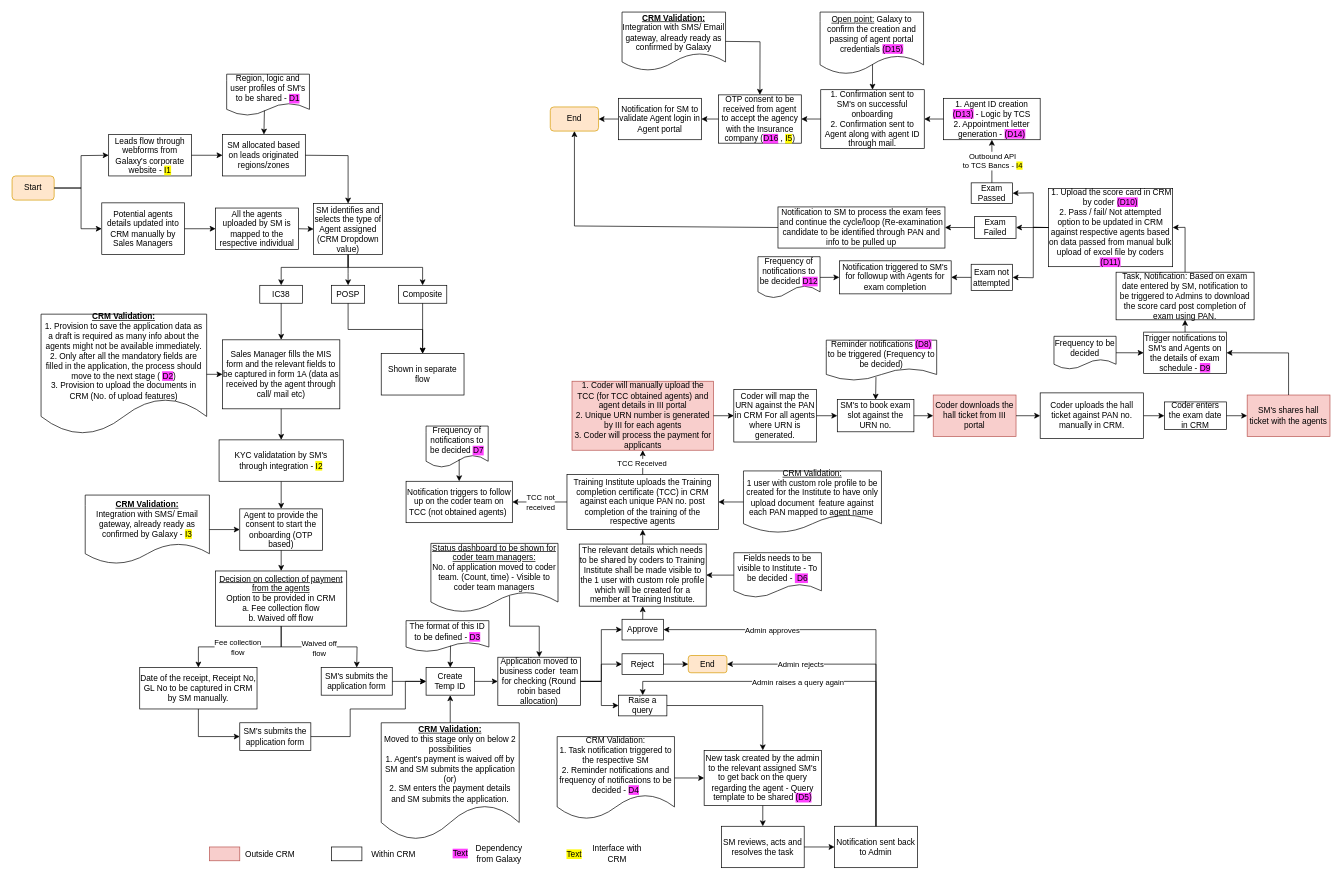
Above: Agent Onboarding IC38.drawio in shaileshsreedar/Galaxy (draw.io), before the change. Source tidied: cells renumbered, new cells numbered last; positions are measured from the earlier drawing's top-left corner, leaving out a move shared by most shapes. Both pictures are drawn from the tidied source at 69%, with x=0, y=0 at pixel (12, 12).
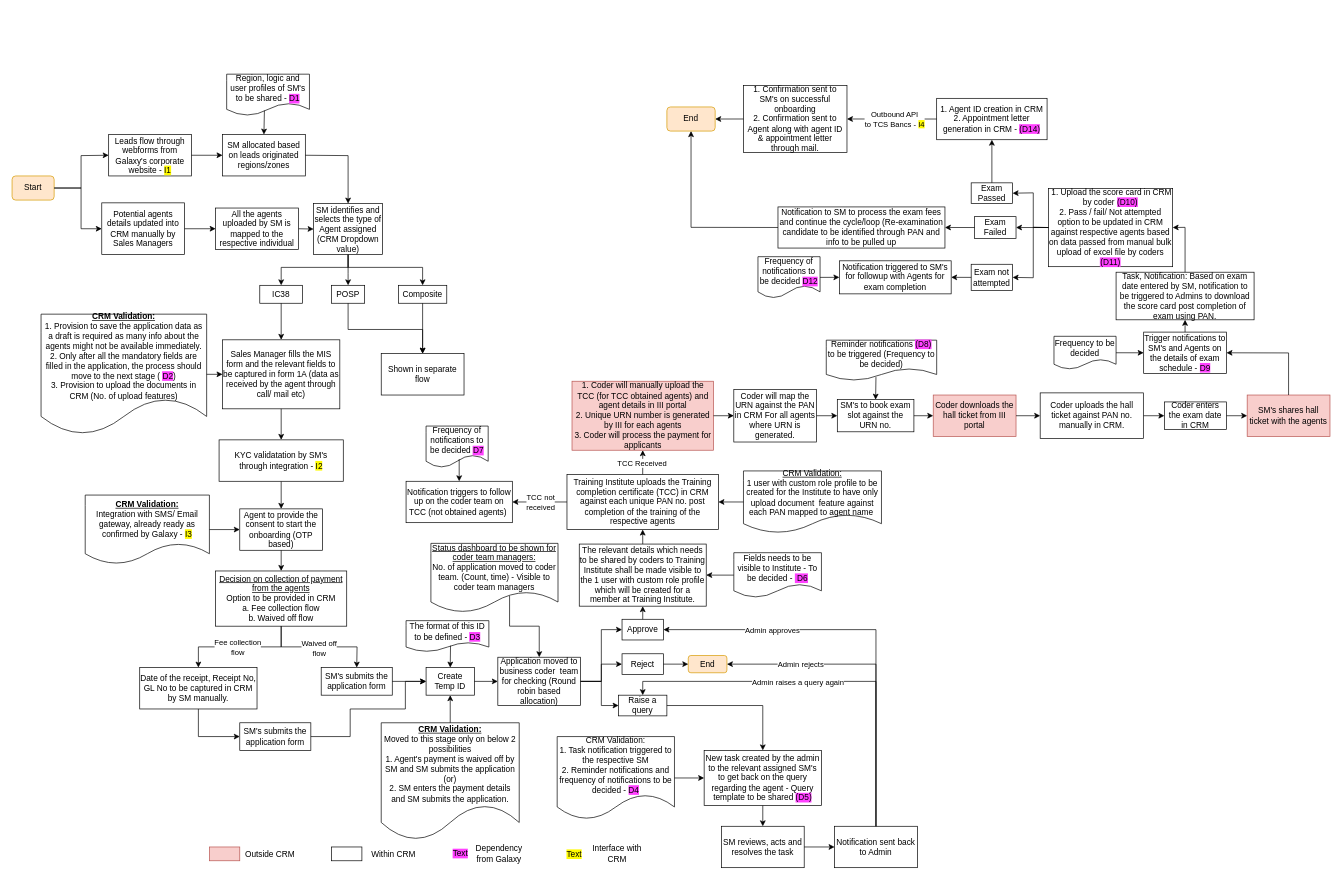
Above is the later version.

The change refers to these unchanged cells:
```xml
<mxCell id="92" value="Notification to SM to process the exam fees and continue the cycle/loop (Re-examination candidate to be identified through PAN and info to be pulled up" style="rounded=0;whiteSpace=wrap;html=1;" parent="1" vertex="1">
  <mxGeometry x="1110" y="282.4" width="242" height="59.6" as="geometry" />
</mxCell>
<mxCell id="99" style="endArrow=classic;html=1;rounded=0;exitX=0;exitY=0.5;exitDx=0;exitDy=0;entryX=1;entryY=0.5;entryDx=0;entryDy=0;" parent="1" edge="1" source="88" target="89">
  <mxGeometry relative="1" as="geometry" />
</mxCell>
<mxCell id="140" style="endArrow=classic;html=1;rounded=0;exitX=0.5;exitY=0;exitDx=0;exitDy=0;entryX=0.5;entryY=1;entryDx=0;entryDy=0;" parent="1" edge="1" source="85" target="88">
  <mxGeometry relative="1" as="geometry" />
</mxCell>
```

Change to the diagram source:
```diff
@@
-    <mxCell id="9" style="endArrow=classic;html=1;rounded=0;exitX=0;exitY=0.5;exitDx=0;exitDy=0;entryX=1;entryY=0.5;entryDx=0;entryDy=0;" parent="1" edge="1" source="90" target="13">
-      <mxGeometry relative="1" as="geometry" />
-    </mxCell>
@@
     <mxCell id="13" value="End" style="rounded=1;whiteSpace=wrap;html=1;fillColor=#ffe6cc;strokeColor=#d79b00;" parent="1" vertex="1">
-      <mxGeometry x="780" y="137.5" width="70" height="35" as="geometry" />
+      <mxGeometry x="949" y="137.5" width="70" height="35" as="geometry" />
     </mxCell>
@@
-    <mxCell id="88" value="1. Agent ID creation &lt;span style=&quot;background-color: rgb(255, 64, 255);&quot;&gt;(D13)&lt;/span&gt; - Logic by TCS&lt;div&gt;2. Appointment letter generation - &lt;span style=&quot;background-color: rgb(255, 64, 255);&quot;&gt;(D14)&lt;/span&gt;&lt;/div&gt;" style="rounded=0;whiteSpace=wrap;html=1;" parent="1" vertex="1">
-      <mxGeometry x="1350" y="125" width="140" height="60" as="geometry" />
+    <mxCell id="88" value="1. Agent ID creation in CRM&lt;div&gt;2. Appointment letter generation in CRM - &lt;span style=&quot;background-color: rgb(255, 64, 255);&quot;&gt;(D14)&lt;/span&gt;&lt;/div&gt;" style="rounded=0;whiteSpace=wrap;html=1;" parent="1" vertex="1">
+      <mxGeometry x="1340" y="125" width="160" height="60" as="geometry" />
     </mxCell>
-    <mxCell id="89" value="1. Confirmation sent to SM's on successful onboarding&lt;div&gt;2. Confirmation sent to Agent along with agent ID through mail.&lt;/div&gt;" style="rounded=0;whiteSpace=wrap;html=1;" parent="1" vertex="1">
-      <mxGeometry x="1172" y="112.5" width="150" height="85" as="geometry" />
+    <mxCell id="89" value="1. Confirmation sent to SM's on successful onboarding&lt;div&gt;2. Confirmation sent to Agent along with agent ID &amp;amp; appointment letter through mail.&lt;/div&gt;" style="rounded=0;whiteSpace=wrap;html=1;" parent="1" vertex="1">
+      <mxGeometry x="1060" y="106.2" width="150" height="97.5" as="geometry" />
     </mxCell>
-    <mxCell id="90" value="Notification for SM to validate Agent login in Agent portal" style="rounded=0;whiteSpace=wrap;html=1;" parent="1" vertex="1">
-      <mxGeometry x="879" y="125" width="120" height="60" as="geometry" />
-    </mxCell>
-    <mxCell id="91" style="endArrow=classic;html=1;rounded=0;exitX=0;exitY=0.5;exitDx=0;exitDy=0;entryX=1;entryY=0.5;entryDx=0;entryDy=0;" parent="1" edge="1" source="89" target="100">
+    <mxCell id="91" style="endArrow=classic;html=1;rounded=0;exitX=0;exitY=0.5;exitDx=0;exitDy=0;entryX=1;entryY=0.5;entryDx=0;entryDy=0;" parent="1" edge="1" source="89" target="13">
       <mxGeometry relative="1" as="geometry" />
     </mxCell>
@@
     <mxCell id="94" style="endArrow=classic;html=1;rounded=0;exitX=0;exitY=0.5;exitDx=0;exitDy=0;entryX=0.5;entryY=1;entryDx=0;entryDy=0;" parent="1" edge="1" source="92" target="13">
       <mxGeometry relative="1" as="geometry">
         <Array as="points">
-          <mxPoint x="815" y="310" />
+          <mxPoint x="984" y="312" />
         </Array>
       </mxGeometry>
     </mxCell>
@@
-    <mxCell id="100" value="OTP consent to be received from agent to accept the agency with the Insurance company (&lt;span style=&quot;background-color: rgb(255, 64, 255);&quot;&gt;D16&lt;/span&gt;&lt;span style=&quot;background-color: rgb(255, 255, 255);&quot;&gt;&amp;nbsp;, &lt;/span&gt;&lt;span style=&quot;background-color: rgb(255, 251, 0);&quot;&gt;I5&lt;/span&gt;)" style="rounded=0;whiteSpace=wrap;html=1;" parent="1" vertex="1">
-      <mxGeometry x="1023.8" y="120" width="120" height="70" as="geometry" />
-    </mxCell>
-    <mxCell id="101" style="endArrow=classic;html=1;rounded=0;exitX=0;exitY=0.5;exitDx=0;exitDy=0;entryX=1;entryY=0.5;entryDx=0;entryDy=0;" parent="1" edge="1" source="100" target="90">
-      <mxGeometry relative="1" as="geometry" />
-    </mxCell>
+    <mxCell id="141" value="Outbound API&lt;div&gt;to TCS Bancs -&amp;nbsp;&lt;span style=&quot;background-color: rgb(255, 251, 0);&quot;&gt;I4&lt;/span&gt;&lt;/div&gt;" style="edgeLabel;html=1;align=center;verticalAlign=middle;" parent="99" vertex="1">
+      <mxGeometry x="-0.06" y="1" relative="1" as="geometry" />
+    </mxCell>
@@
-    <mxCell id="126" style="endArrow=classic;html=1;rounded=0;exitX=0.507;exitY=0.822;exitDx=0;exitDy=0;entryX=0.5;entryY=0;entryDx=0;entryDy=0;exitPerimeter=0;" parent="1" edge="1" source="133" target="89">
-      <mxGeometry relative="1" as="geometry" />
-    </mxCell>
@@
-    <mxCell id="133" value="&lt;u style=&quot;background-color: rgb(255, 255, 255);&quot;&gt;Open point:&lt;/u&gt;&amp;nbsp;Galaxy to confirm the creation and passing of agent portal credentials&amp;nbsp;&lt;span style=&quot;background-color: rgb(255, 64, 255);&quot;&gt;(D15)&lt;/span&gt;" style="shape=document;whiteSpace=wrap;html=1;boundedLbl=1;" parent="1" vertex="1">
-      <mxGeometry x="1171" width="150" height="90" as="geometry" />
-    </mxCell>
@@
-    <mxCell id="141" value="Outbound API&lt;div&gt;to TCS Bancs - &lt;span style=&quot;background-color: rgb(255, 251, 0);&quot;&gt;I4&lt;/span&gt;&lt;/div&gt;" style="edgeLabel;html=1;align=center;verticalAlign=middle;" parent="140" vertex="1">
-      <mxGeometry x="0.01" relative="1" as="geometry" />
-    </mxCell>
@@
-    <mxCell id="144" value="&lt;b&gt;&lt;u&gt;CRM Validation:&lt;/u&gt;&lt;/b&gt;&lt;div&gt;Integration with SMS/ Email gateway, already ready as confirmed by Galaxy&lt;/div&gt;" style="shape=document;whiteSpace=wrap;html=1;boundedLbl=1;" parent="1" vertex="1">
-      <mxGeometry x="884" width="150" height="85" as="geometry" />
-    </mxCell>
-    <mxCell id="145" style="endArrow=classic;html=1;rounded=0;entryX=0.5;entryY=0;entryDx=0;entryDy=0;exitX=1;exitY=0.5;exitDx=0;exitDy=0;" parent="1" edge="1" source="144" target="100">
-      <mxGeometry relative="1" as="geometry">
-        <Array as="points">
-          <mxPoint x="1084" y="43" />
-        </Array>
-      </mxGeometry>
-    </mxCell>
```
